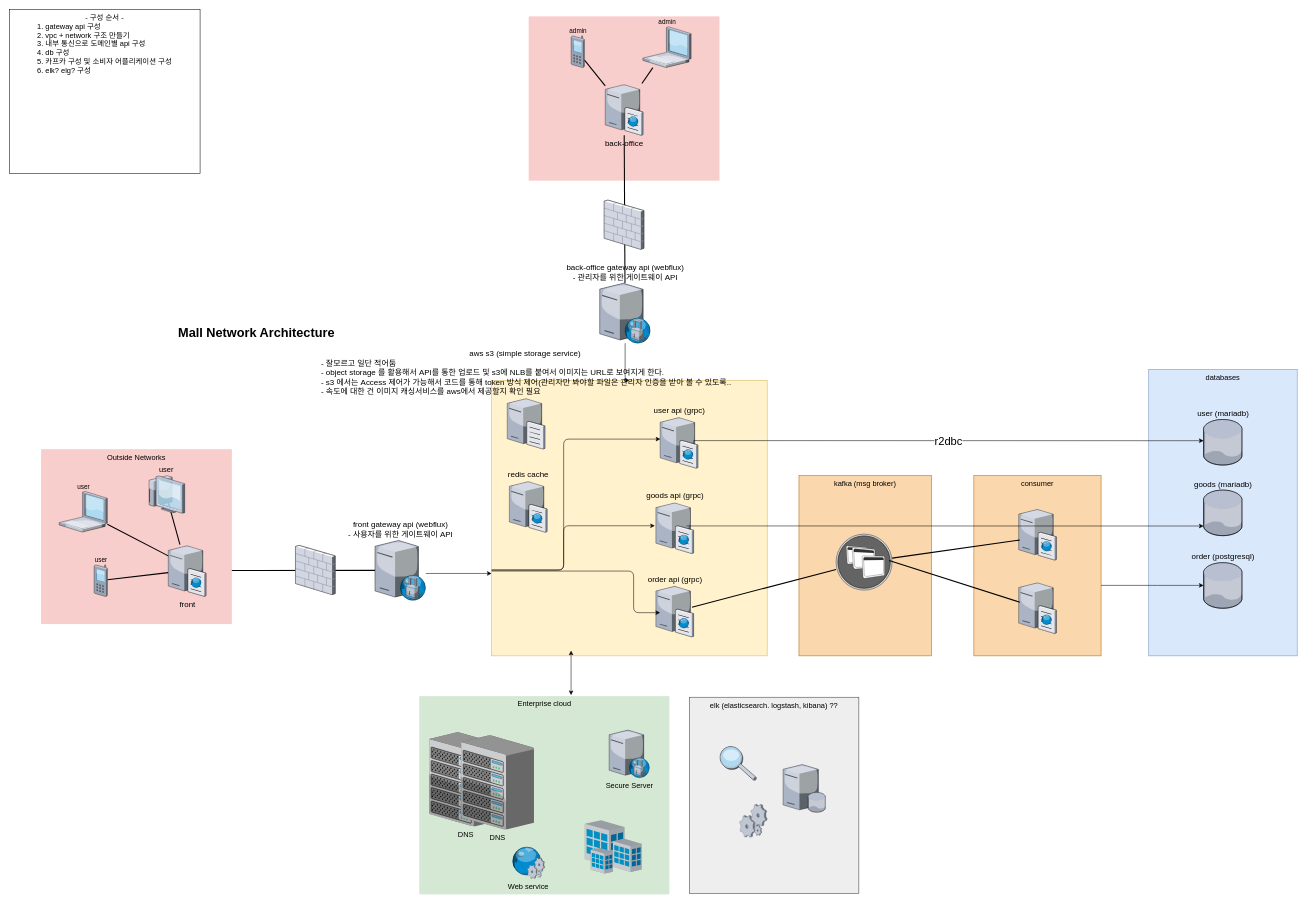
Above: architecture/mall-architecture.drawio in kyoDaddy/spring-cloud-multi-module (draw.io), before the change. Source tidied: cells renumbered, new cells numbered last; positions are measured from the earlier drawing's top-left corner, leaving out a move shared by most shapes. Both pictures are drawn from the tidied source at 53%, with x=0, y=0 at pixel (9, 9).
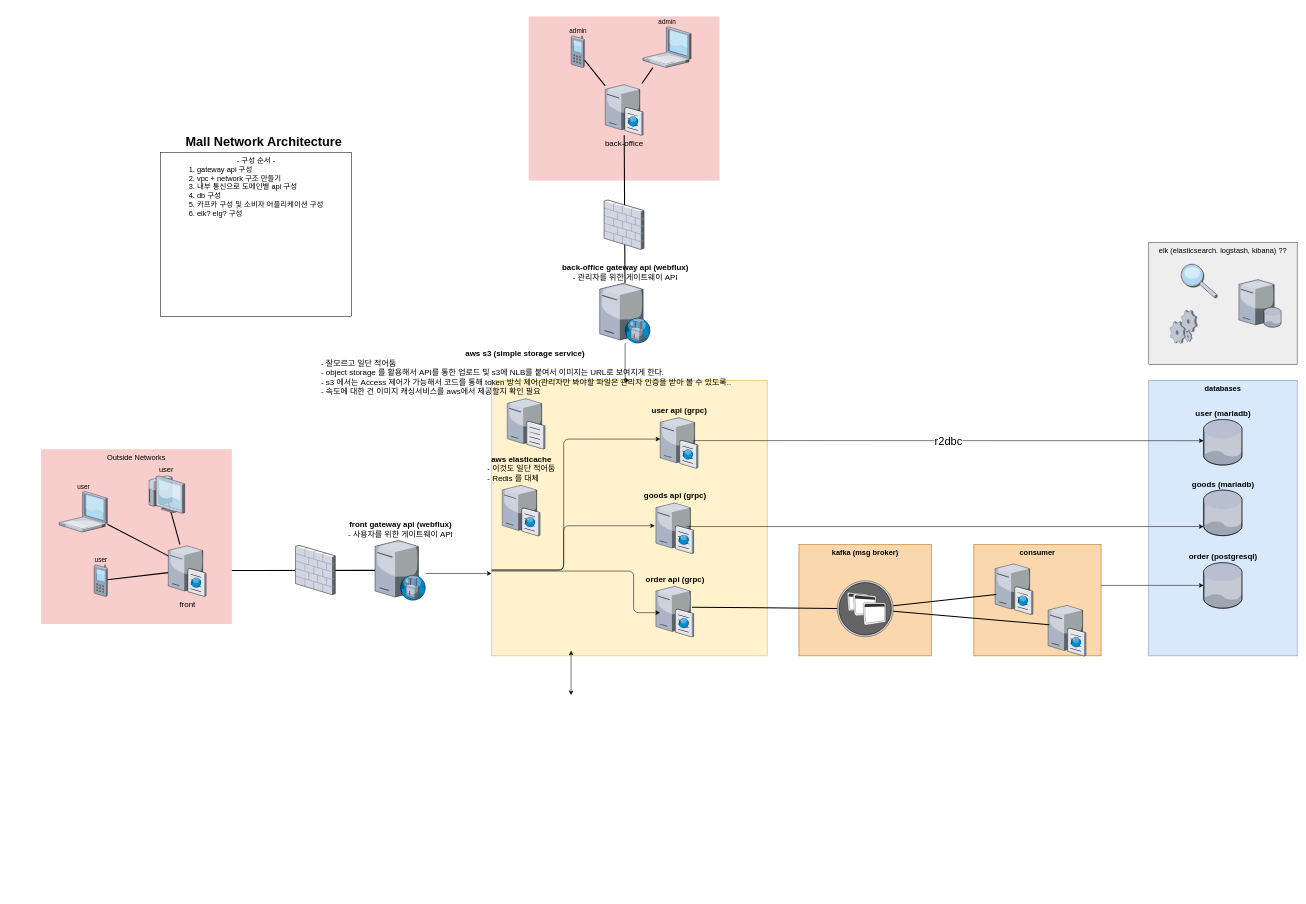
The same page after the edit.

Change to the diagram source:
```diff
@@
-    <mxCell id="4" value="Enterprise cloud" style="whiteSpace=wrap;html=1;fillColor=#d5e8d4;fontSize=14;strokeColor=none;verticalAlign=top;" parent="1" vertex="1">
-      <mxGeometry x="773.5" y="1296" width="472" height="374" as="geometry" />
-    </mxCell>
@@
-    <mxCell id="6" value="DNS" style="verticalLabelPosition=bottom;html=1;verticalAlign=top;strokeColor=none;shape=mxgraph.citrix.chassis;fillColor=#66B2FF;gradientColor=#0066CC;fontSize=14;" parent="1" vertex="1">
-      <mxGeometry x="792" y="1364" width="137.5" height="177.5" as="geometry" />
-    </mxCell>
-    <mxCell id="7" value="Secure Server" style="verticalLabelPosition=bottom;html=1;verticalAlign=top;strokeColor=none;shape=mxgraph.citrix.proxy_server;fillColor=#66B2FF;gradientColor=#0066CC;fontSize=14;" parent="1" vertex="1">
-      <mxGeometry x="1131.8" y="1360" width="76.5" height="90" as="geometry" />
-    </mxCell>
-    <mxCell id="8" value="Web service" style="verticalLabelPosition=bottom;html=1;verticalAlign=top;strokeColor=none;shape=mxgraph.citrix.web_service;fillColor=#66B2FF;gradientColor=#0066CC;fontSize=14;" parent="1" vertex="1">
-      <mxGeometry x="947.5" y="1580" width="63" height="60" as="geometry" />
-    </mxCell>
-    <mxCell id="9" style="verticalLabelPosition=bottom;html=1;verticalAlign=top;strokeColor=none;shape=mxgraph.citrix.site;fillColor=#66B2FF;gradientColor=#0066CC;fontSize=14;" parent="1" vertex="1">
-      <mxGeometry x="1086" y="1530" width="107" height="101" as="geometry" />
-    </mxCell>
     <mxCell id="10" value="Mall Network Architecture" style="text;strokeColor=none;fillColor=none;html=1;fontSize=24;fontStyle=1;verticalAlign=middle;align=center;" parent="1" vertex="1">
-      <mxGeometry x="35" y="590" width="861" height="40" as="geometry" />
+      <mxGeometry x="49" y="230" width="861" height="40" as="geometry" />
     </mxCell>
-    <mxCell id="11" value="DNS" style="verticalLabelPosition=bottom;html=1;verticalAlign=top;strokeColor=none;shape=mxgraph.citrix.chassis;fillColor=#66B2FF;gradientColor=#0066CC;fontSize=14;" parent="1" vertex="1">
-      <mxGeometry x="852.5" y="1370" width="137.5" height="177.5" as="geometry" />
-    </mxCell>
-    <mxCell id="12" value="user api (grpc)" style="verticalLabelPosition=top;html=1;verticalAlign=bottom;strokeColor=none;shape=mxgraph.citrix.cache_server;fillColor=#66B2FF;gradientColor=#0066CC;fontSize=15;labelPosition=center;align=center;" parent="1" vertex="1">
+    <mxCell id="12" value="&lt;b&gt;user api (grpc)&lt;/b&gt;" style="verticalLabelPosition=top;html=1;verticalAlign=bottom;strokeColor=none;shape=mxgraph.citrix.cache_server;fillColor=#66B2FF;gradientColor=#0066CC;fontSize=15;labelPosition=center;align=center;" parent="1" vertex="1">
       <mxGeometry x="1228" y="768.2" width="71" height="97.5" as="geometry" />
     </mxCell>
-    <mxCell id="13" value="databases" style="whiteSpace=wrap;html=1;fillColor=#dae8fc;fontSize=14;strokeColor=#6c8ebf;verticalAlign=top;" parent="1" vertex="1">
-      <mxGeometry x="2150" y="680" width="280" height="540" as="geometry" />
+    <mxCell id="13" value="&lt;b&gt;databases&lt;/b&gt;" style="whiteSpace=wrap;html=1;fillColor=#dae8fc;fontSize=14;strokeColor=#6c8ebf;verticalAlign=top;" parent="1" vertex="1">
+      <mxGeometry x="2150" y="700" width="280" height="520" as="geometry" />
     </mxCell>
-    <mxCell id="14" value="user (mariadb)" style="verticalLabelPosition=top;html=1;verticalAlign=bottom;strokeColor=none;align=center;outlineConnect=0;shape=mxgraph.citrix.database;labelPosition=center;fontSize=15;" parent="1" vertex="1">
+    <mxCell id="14" value="&lt;b&gt;user (mariadb)&lt;/b&gt;" style="verticalLabelPosition=top;html=1;verticalAlign=bottom;strokeColor=none;align=center;outlineConnect=0;shape=mxgraph.citrix.database;labelPosition=center;fontSize=15;" parent="1" vertex="1">
       <mxGeometry x="2253.4" y="774" width="73.1" height="86" as="geometry" />
     </mxCell>
@@
-    <mxCell id="16" value="front gateway api (webflux)&lt;br&gt;- 사용자를 위한 게이트웨이 API" style="verticalLabelPosition=top;html=1;verticalAlign=bottom;strokeColor=none;align=center;outlineConnect=0;shape=mxgraph.citrix.proxy_server;flipH=0;flipV=0;direction=east;horizontal=1;labelPosition=center;fontSize=15;" parent="1" vertex="1">
+    <mxCell id="16" value="&lt;b&gt;front gateway api (webflux)&lt;/b&gt;&lt;br&gt;- 사용자를 위한 게이트웨이 API" style="verticalLabelPosition=top;html=1;verticalAlign=bottom;strokeColor=none;align=center;outlineConnect=0;shape=mxgraph.citrix.proxy_server;flipH=0;flipV=0;direction=east;horizontal=1;labelPosition=center;fontSize=15;" parent="1" vertex="1">
       <mxGeometry x="690" y="1002.2" width="96" height="113" as="geometry" />
     </mxCell>
@@
-    <mxCell id="19" value="redis cache" style="verticalLabelPosition=top;html=1;verticalAlign=bottom;strokeColor=none;align=center;shape=mxgraph.citrix.cache_server;labelPosition=center;fontSize=15;" parent="1" vertex="1">
-      <mxGeometry x="943.5" y="889" width="71" height="97.5" as="geometry" />
+    <mxCell id="19" value="&lt;b&gt;aws elasticache&lt;/b&gt;&lt;br&gt;&lt;div style=&quot;text-align: left&quot;&gt;&lt;span&gt;- 이것도 일단 적어둠&lt;/span&gt;&lt;/div&gt;&lt;div style=&quot;text-align: left&quot;&gt;&lt;span&gt;- Redis 를 대체&lt;/span&gt;&lt;/div&gt;" style="verticalLabelPosition=top;html=1;verticalAlign=bottom;strokeColor=none;align=center;shape=mxgraph.citrix.cache_server;labelPosition=center;fontSize=15;" parent="1" vertex="1">
+      <mxGeometry x="930" y="895.8" width="71" height="97.5" as="geometry" />
     </mxCell>
-    <mxCell id="20" value="kafka (msg broker)" style="whiteSpace=wrap;html=1;fontSize=14;verticalAlign=top;fillColor=#fad7ac;strokeColor=#b46504;" parent="1" vertex="1">
-      <mxGeometry x="1490" y="880" width="250" height="340" as="geometry" />
+    <mxCell id="20" value="&lt;b&gt;kafka (msg broker)&lt;/b&gt;" style="whiteSpace=wrap;html=1;fontSize=14;verticalAlign=top;fillColor=#fad7ac;strokeColor=#b46504;" parent="1" vertex="1">
+      <mxGeometry x="1490" y="1010" width="250" height="210" as="geometry" />
     </mxCell>
-    <mxCell id="21" value="order (postgresql)" style="verticalLabelPosition=top;html=1;verticalAlign=bottom;strokeColor=none;align=center;outlineConnect=0;shape=mxgraph.citrix.database;labelPosition=center;fontSize=15;" parent="1" vertex="1">
+    <mxCell id="21" value="&lt;b&gt;order (postgresql)&lt;/b&gt;" style="verticalLabelPosition=top;html=1;verticalAlign=bottom;strokeColor=none;align=center;outlineConnect=0;shape=mxgraph.citrix.database;labelPosition=center;fontSize=15;" parent="1" vertex="1">
       <mxGeometry x="2253.4" y="1044.2" width="73.1" height="86" as="geometry" />
     </mxCell>
-    <mxCell id="22" value="goods (mariadb)" style="verticalLabelPosition=top;html=1;verticalAlign=bottom;strokeColor=none;align=center;outlineConnect=0;shape=mxgraph.citrix.database;labelPosition=center;fontSize=15;" parent="1" vertex="1">
+    <mxCell id="22" value="&lt;b&gt;goods (mariadb)&lt;/b&gt;" style="verticalLabelPosition=top;html=1;verticalAlign=bottom;strokeColor=none;align=center;outlineConnect=0;shape=mxgraph.citrix.database;labelPosition=center;fontSize=15;" parent="1" vertex="1">
       <mxGeometry x="2253.4" y="907.2" width="73.1" height="86" as="geometry" />
     </mxCell>
-    <mxCell id="23" value="consumer" style="whiteSpace=wrap;html=1;fontSize=14;verticalAlign=top;fillColor=#fad7ac;strokeColor=#b46504;" parent="1" vertex="1">
-      <mxGeometry x="1820" y="880" width="240" height="340" as="geometry" />
+    <mxCell id="23" value="&lt;b&gt;consumer&lt;/b&gt;" style="whiteSpace=wrap;html=1;fontSize=14;verticalAlign=top;fillColor=#fad7ac;strokeColor=#b46504;" parent="1" vertex="1">
+      <mxGeometry x="1820" y="1010" width="240" height="210" as="geometry" />
     </mxCell>
     <mxCell id="24" style="verticalLabelPosition=top;html=1;verticalAlign=bottom;strokeColor=none;shape=mxgraph.citrix.cache_server;fillColor=#66B2FF;gradientColor=#0066CC;fontSize=15;labelPosition=center;align=center;" parent="1" vertex="1">
-      <mxGeometry x="1904.5" y="941.5" width="71" height="97.5" as="geometry" />
+      <mxGeometry x="1860" y="1044.2" width="71" height="97.5" as="geometry" />
     </mxCell>
-    <mxCell id="25" value="order api (grpc)" style="verticalLabelPosition=top;html=1;verticalAlign=bottom;strokeColor=none;shape=mxgraph.citrix.cache_server;fillColor=#66B2FF;gradientColor=#0066CC;fontSize=15;labelPosition=center;align=center;" parent="1" vertex="1">
+    <mxCell id="25" value="&lt;b&gt;order api (grpc)&lt;/b&gt;" style="verticalLabelPosition=top;html=1;verticalAlign=bottom;strokeColor=none;shape=mxgraph.citrix.cache_server;fillColor=#66B2FF;gradientColor=#0066CC;fontSize=15;labelPosition=center;align=center;" parent="1" vertex="1">
       <mxGeometry x="1220" y="1086.5" width="71" height="97.5" as="geometry" />
     </mxCell>
-    <mxCell id="26" value="goods api (grpc)" style="verticalLabelPosition=top;html=1;verticalAlign=bottom;strokeColor=none;shape=mxgraph.citrix.cache_server;fillColor=#66B2FF;gradientColor=#0066CC;fontSize=15;labelPosition=center;align=center;" parent="1" vertex="1">
+    <mxCell id="26" value="&lt;b&gt;goods api (grpc)&lt;/b&gt;" style="verticalLabelPosition=top;html=1;verticalAlign=bottom;strokeColor=none;shape=mxgraph.citrix.cache_server;fillColor=#66B2FF;gradientColor=#0066CC;fontSize=15;labelPosition=center;align=center;" parent="1" vertex="1">
       <mxGeometry x="1220" y="929.2" width="71" height="97.5" as="geometry" />
     </mxCell>
     <mxCell id="27" style="verticalLabelPosition=top;html=1;verticalAlign=bottom;strokeColor=none;shape=mxgraph.citrix.cache_server;fillColor=#66B2FF;gradientColor=#0066CC;fontSize=15;labelPosition=center;align=center;" parent="1" vertex="1">
-      <mxGeometry x="1904.5" y="1080" width="71" height="97.5" as="geometry" />
+      <mxGeometry x="1960" y="1122.5" width="71" height="97.5" as="geometry" />
     </mxCell>
@@
     <mxCell id="29" style="verticalLabelPosition=bottom;html=1;verticalAlign=top;strokeColor=none;align=center;outlineConnect=0;shape=mxgraph.citrix.role_applications;fontSize=15;" parent="1" vertex="1">
-      <mxGeometry x="1560" y="990.2" width="105.8" height="105.8" as="geometry" />
+      <mxGeometry x="1562.1" y="1078.2" width="105.8" height="105.8" as="geometry" />
     </mxCell>
@@
-    <mxCell id="35" style="edgeStyle=none;rounded=0;html=1;startSize=10;endSize=10;jettySize=auto;fontSize=14;endArrow=none;endFill=0;strokeWidth=2;exitX=0.031;exitY=0.397;exitDx=0;exitDy=0;exitPerimeter=0;" parent="1" edge="1" source="27">
-      <mxGeometry relative="1" as="geometry">
-        <mxPoint x="1660" y="1040" as="targetPoint" />
-      </mxGeometry>
+    <mxCell id="35" style="edgeStyle=none;rounded=0;html=1;startSize=10;endSize=10;jettySize=auto;fontSize=14;endArrow=none;endFill=0;strokeWidth=2;exitX=0.031;exitY=0.397;exitDx=0;exitDy=0;exitPerimeter=0;" parent="1" edge="1" source="27" target="29">
+      <mxGeometry relative="1" as="geometry" />
     </mxCell>
     <mxCell id="36" value="elk (elasticsearch. logstash, kibana) ??" style="whiteSpace=wrap;html=1;fillColor=#eeeeee;fontSize=14;strokeColor=#36393d;verticalAlign=top;" parent="1" vertex="1">
-      <mxGeometry x="1283" y="1298" width="320" height="370" as="geometry" />
+      <mxGeometry x="2150" y="440" width="280" height="230" as="geometry" />
     </mxCell>
     <mxCell id="37" style="edgeStyle=elbowEdgeStyle;elbow=vertical;endArrow=classic;html=1;exitX=0.817;exitY=0.468;exitDx=0;exitDy=0;exitPerimeter=0;" parent="1" edge="1" source="26" target="22">
-      <mxGeometry relative="1" as="geometry" />
+      <mxGeometry relative="1" as="geometry">
+        <Array as="points">
+          <mxPoint x="1940" y="976" />
+        </Array>
+      </mxGeometry>
     </mxCell>
-    <mxCell id="38" value="aws s3 (simple storage service)&amp;nbsp;&lt;br&gt;&lt;div style=&quot;text-align: left&quot;&gt;&lt;span&gt;- 잘모르고 일단 적어둠&lt;/span&gt;&lt;/div&gt;&lt;div style=&quot;text-align: left&quot;&gt;&lt;span&gt;- object storage 를 활용해서 API를 통한 업로드 및 s3에 NLB를 붙여서 이미지는 URL로 보여지게 한다.&lt;/span&gt;&lt;/div&gt;&lt;div style=&quot;text-align: left&quot;&gt;&lt;span&gt;- s3 에서는 Access 제어가 가능해서 코드를 통해 token 방식 제어(관리자만 봐야할 파일은 관리자 인증을 받아 볼 수 있도록..&lt;/span&gt;&lt;/div&gt;&lt;div style=&quot;text-align: left&quot;&gt;&lt;span&gt;- 속도에 대한 건 이미지 캐싱서비스를 aws에서 제공할지 확인 필요&lt;/span&gt;&lt;/div&gt;" style="verticalLabelPosition=top;html=1;verticalAlign=bottom;strokeColor=none;align=center;shape=mxgraph.citrix.file_server;fontSize=15;labelPosition=center;" parent="1" vertex="1">
+    <mxCell id="38" value="&lt;b&gt;aws s3 (simple storage service)&amp;nbsp;&lt;/b&gt;&lt;br&gt;&lt;div style=&quot;text-align: left&quot;&gt;&lt;span&gt;- 잘모르고 일단 적어둠&lt;/span&gt;&lt;/div&gt;&lt;div style=&quot;text-align: left&quot;&gt;&lt;span&gt;- object storage 를 활용해서 API를 통한 업로드 및 s3에 NLB를 붙여서 이미지는 URL로 보여지게 한다.&lt;/span&gt;&lt;/div&gt;&lt;div style=&quot;text-align: left&quot;&gt;&lt;span&gt;- s3 에서는 Access 제어가 가능해서 코드를 통해 token 방식 제어(관리자만 봐야할 파일은 관리자 인증을 받아 볼 수 있도록..&lt;/span&gt;&lt;/div&gt;&lt;div style=&quot;text-align: left&quot;&gt;&lt;span&gt;- 속도에 대한 건 이미지 캐싱서비스를 aws에서 제공할지 확인 필요&lt;/span&gt;&lt;/div&gt;" style="verticalLabelPosition=top;html=1;verticalAlign=bottom;strokeColor=none;align=center;shape=mxgraph.citrix.file_server;fontSize=15;labelPosition=center;" parent="1" vertex="1">
       <mxGeometry x="939.5" y="732.5" width="71" height="97" as="geometry" />
     </mxCell>
     <mxCell id="39" style="verticalLabelPosition=bottom;html=1;verticalAlign=top;strokeColor=none;align=center;shape=mxgraph.citrix.inspection;fontSize=15;" parent="1" vertex="1">
-      <mxGeometry x="1340" y="1390" width="70" height="65" as="geometry" />
+      <mxGeometry x="2210" y="480" width="70" height="65" as="geometry" />
     </mxCell>
     <mxCell id="40" style="verticalLabelPosition=bottom;html=1;verticalAlign=top;strokeColor=none;align=center;shape=mxgraph.citrix.database_server;fontSize=15;" parent="1" vertex="1">
-      <mxGeometry x="1460" y="1425" width="80" height="90" as="geometry" />
+      <mxGeometry x="2320" y="510" width="80" height="90" as="geometry" />
     </mxCell>
     <mxCell id="41" style="verticalLabelPosition=bottom;html=1;verticalAlign=top;strokeColor=none;align=center;shape=mxgraph.citrix.process;fontSize=15;" parent="1" vertex="1">
-      <mxGeometry x="1378" y="1500" width="52" height="62" as="geometry" />
+      <mxGeometry x="2190" y="568" width="52" height="62" as="geometry" />
     </mxCell>
@@
-    <mxCell id="58" value="back-office gateway api (webflux)&lt;br&gt;- 관리자를 위한 게이트웨이 API" style="verticalLabelPosition=top;html=1;verticalAlign=bottom;strokeColor=none;align=center;outlineConnect=0;shape=mxgraph.citrix.proxy_server;flipH=0;flipV=0;direction=east;horizontal=1;labelPosition=center;fontSize=15;" parent="1" vertex="1">
+    <mxCell id="58" value="&lt;b&gt;back-office gateway api (webflux)&lt;/b&gt;&lt;br&gt;- 관리자를 위한 게이트웨이 API" style="verticalLabelPosition=top;html=1;verticalAlign=bottom;strokeColor=none;align=center;outlineConnect=0;shape=mxgraph.citrix.proxy_server;flipH=0;flipV=0;direction=east;horizontal=1;labelPosition=center;fontSize=15;" parent="1" vertex="1">
       <mxGeometry x="1114" y="517" width="96" height="113" as="geometry" />
     </mxCell>
@@
     <mxCell id="61" value="&lt;div&gt;&lt;span&gt;- 구성 순서 -&lt;/span&gt;&lt;/div&gt;&lt;div style=&quot;text-align: left&quot;&gt;&lt;span&gt;1. gateway api 구성&lt;/span&gt;&lt;/div&gt;&lt;div style=&quot;text-align: left&quot;&gt;&lt;span&gt;2. vpc + network 구조 만들기&lt;/span&gt;&lt;/div&gt;&lt;div style=&quot;text-align: left&quot;&gt;&lt;span&gt;3. 내부 통신으로 도메인별 api 구성&lt;/span&gt;&lt;/div&gt;&lt;div style=&quot;text-align: left&quot;&gt;&lt;span&gt;4. db 구성&lt;/span&gt;&lt;/div&gt;&lt;div style=&quot;text-align: left&quot;&gt;&lt;span&gt;5. 카프카 구성 및 소비자 어플리케이션 구성&lt;/span&gt;&lt;/div&gt;&lt;div style=&quot;text-align: left&quot;&gt;&lt;span&gt;6. elk? elg? 구성&lt;/span&gt;&lt;/div&gt;" style="whiteSpace=wrap;html=1;fontSize=14;verticalAlign=top;" parent="1" vertex="1">
-      <mxGeometry width="360" height="310" as="geometry" />
+      <mxGeometry x="285.5" y="270" width="360" height="310" as="geometry" />
     </mxCell>
```
